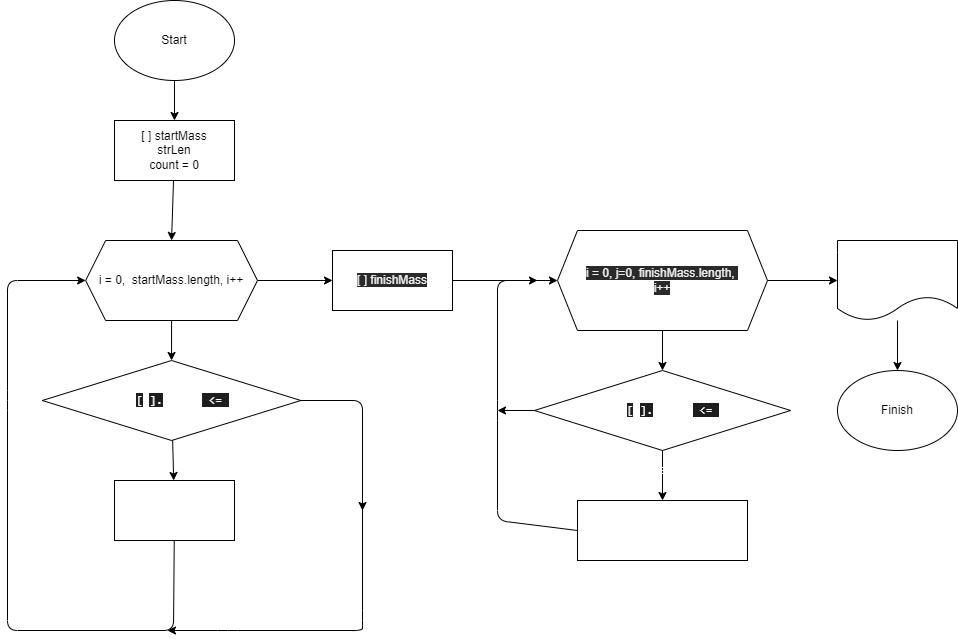
This is block_diagram.drawio.png from elenaElenaEle/Control, a draw.io export, as it was before one commit. Source tidied: cells renumbered, new cells last; positions are measured from the earlier drawing's top-left corner, leaving out a move shared by most shapes.
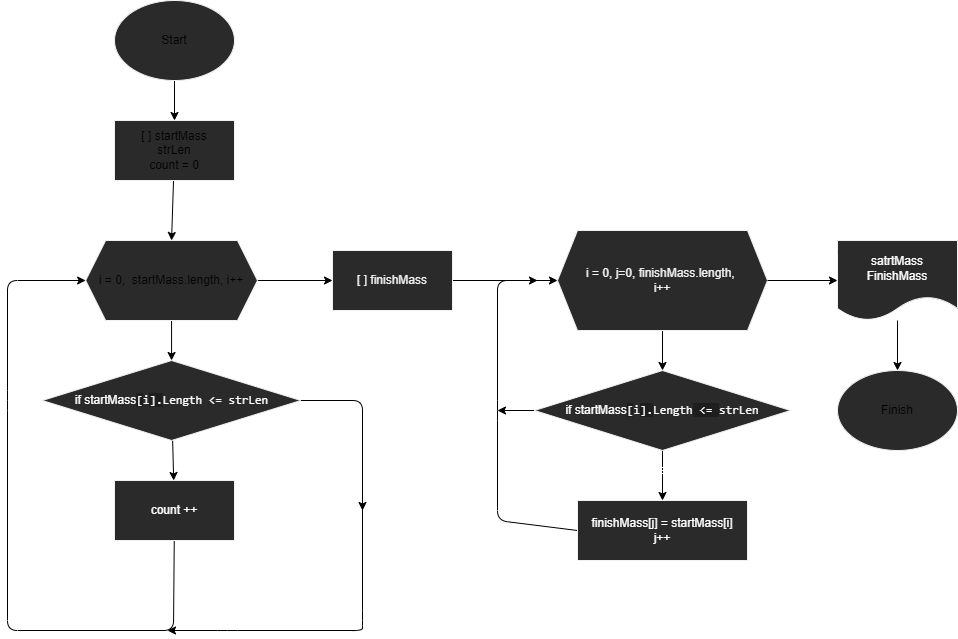
After the commit.

Commit message:
Change color font blok-diagram

Change to the diagram source:
```diff
@@ -5,16 +5,16 @@
     <mxCell id="2" style="edgeStyle=none;html=1;entryX=0.5;entryY=0;entryDx=0;entryDy=0;fontSize=12;fontColor=#FFFFFF;" parent="1" edge="1" source="3" target="6">
       <mxGeometry relative="1" as="geometry" />
     </mxCell>
-    <mxCell id="3" value="Start" style="ellipse;whiteSpace=wrap;html=1;" parent="1" vertex="1">
+    <mxCell id="3" value="Start" style="ellipse;whiteSpace=wrap;html=1;fillColor=#2A2A2A;strokeColor=#F0F0F0;" parent="1" vertex="1">
       <mxGeometry x="107" width="120" height="80" as="geometry" />
     </mxCell>
-    <mxCell id="4" value="Finish" style="ellipse;whiteSpace=wrap;html=1;" parent="1" vertex="1">
+    <mxCell id="4" value="Finish" style="ellipse;whiteSpace=wrap;html=1;fillColor=#2A2A2A;strokeColor=#F0F0F0;" parent="1" vertex="1">
       <mxGeometry x="830" y="370" width="120" height="80" as="geometry" />
     </mxCell>
     <mxCell id="5" style="edgeStyle=none;html=1;entryX=0.5;entryY=0;entryDx=0;entryDy=0;fontSize=12;fontColor=#FFFFFF;" parent="1" edge="1" source="6" target="9">
       <mxGeometry relative="1" as="geometry" />
     </mxCell>
-    <mxCell id="6" value="[ ] startMass&lt;br&gt;strLen&lt;br&gt;count = 0" style="rounded=0;whiteSpace=wrap;html=1;" parent="1" vertex="1">
+    <mxCell id="6" value="[ ] startMass&lt;br&gt;strLen&lt;br&gt;count = 0" style="rounded=0;whiteSpace=wrap;html=1;fillColor=#2A2A2A;strokeColor=#F0F0F0;" parent="1" vertex="1">
       <mxGeometry x="107" y="120" width="120" height="60" as="geometry" />
     </mxCell>
     <mxCell id="7" style="edgeStyle=none;html=1;entryX=0.5;entryY=0;entryDx=0;entryDy=0;fontSize=12;fontColor=#FFFFFF;" parent="1" edge="1" source="9" target="11">
@@ -23,13 +23,13 @@
     <mxCell id="8" style="edgeStyle=none;html=1;fontFamily=Helvetica;fontSize=12;fontColor=#FFFFFF;" parent="1" edge="1" source="9" target="21">
       <mxGeometry relative="1" as="geometry" />
     </mxCell>
-    <mxCell id="9" value="i = 0,&amp;nbsp; startMass.length, i++" style="shape=hexagon;perimeter=hexagonPerimeter2;whiteSpace=wrap;html=1;fixedSize=1;" parent="1" vertex="1">
+    <mxCell id="9" value="i = 0,&amp;nbsp; startMass.length, i++" style="shape=hexagon;perimeter=hexagonPerimeter2;whiteSpace=wrap;html=1;fixedSize=1;strokeColor=#F0F0F0;fillColor=#2A2A2A;" parent="1" vertex="1">
       <mxGeometry x="78.1" y="240" width="171.9" height="80" as="geometry" />
     </mxCell>
     <mxCell id="10" style="edgeStyle=none;html=1;fontSize=12;fontColor=#FFFFFF;" parent="1" edge="1" source="11" target="13">
       <mxGeometry relative="1" as="geometry" />
     </mxCell>
-    <mxCell id="11" value="&lt;font style=&quot;font-size: 12px&quot; color=&quot;#ffffff&quot;&gt;if startMass&lt;span style=&quot;background-color: rgb(30 , 30 , 30) ; font-family: &amp;#34;consolas&amp;#34; , &amp;#34;courier new&amp;#34; , monospace&quot;&gt;[&lt;/span&gt;&lt;span style=&quot;font-family: &amp;#34;consolas&amp;#34; , &amp;#34;courier new&amp;#34; , monospace&quot;&gt;i&lt;/span&gt;&lt;span style=&quot;background-color: rgb(30 , 30 , 30) ; font-family: &amp;#34;consolas&amp;#34; , &amp;#34;courier new&amp;#34; , monospace&quot;&gt;]&lt;/span&gt;&lt;span style=&quot;background-color: rgb(30 , 30 , 30) ; font-family: &amp;#34;consolas&amp;#34; , &amp;#34;courier new&amp;#34; , monospace&quot;&gt;.&lt;/span&gt;&lt;span style=&quot;font-family: &amp;#34;consolas&amp;#34; , &amp;#34;courier new&amp;#34; , monospace&quot;&gt;Length&lt;/span&gt;&lt;span style=&quot;background-color: rgb(30 , 30 , 30) ; font-family: &amp;#34;consolas&amp;#34; , &amp;#34;courier new&amp;#34; , monospace&quot;&gt; &lt;/span&gt;&lt;span style=&quot;background-color: rgb(30 , 30 , 30) ; font-family: &amp;#34;consolas&amp;#34; , &amp;#34;courier new&amp;#34; , monospace&quot;&gt;&amp;lt;=&lt;/span&gt;&lt;span style=&quot;background-color: rgb(30 , 30 , 30) ; font-family: &amp;#34;consolas&amp;#34; , &amp;#34;courier new&amp;#34; , monospace&quot;&gt; &lt;/span&gt;&lt;span style=&quot;font-family: &amp;#34;consolas&amp;#34; , &amp;#34;courier new&amp;#34; , monospace&quot;&gt;strLen&lt;/span&gt;&lt;/font&gt;" style="rhombus;whiteSpace=wrap;html=1;" parent="1" vertex="1">
+    <mxCell id="11" value="&lt;font style=&quot;font-size: 12px&quot; color=&quot;#ffffff&quot;&gt;if startMass&lt;span style=&quot;background-color: rgb(30 , 30 , 30) ; font-family: &amp;#34;consolas&amp;#34; , &amp;#34;courier new&amp;#34; , monospace&quot;&gt;[&lt;/span&gt;&lt;span style=&quot;font-family: &amp;#34;consolas&amp;#34; , &amp;#34;courier new&amp;#34; , monospace&quot;&gt;i&lt;/span&gt;&lt;span style=&quot;background-color: rgb(30 , 30 , 30) ; font-family: &amp;#34;consolas&amp;#34; , &amp;#34;courier new&amp;#34; , monospace&quot;&gt;]&lt;/span&gt;&lt;span style=&quot;background-color: rgb(30 , 30 , 30) ; font-family: &amp;#34;consolas&amp;#34; , &amp;#34;courier new&amp;#34; , monospace&quot;&gt;.&lt;/span&gt;&lt;span style=&quot;font-family: &amp;#34;consolas&amp;#34; , &amp;#34;courier new&amp;#34; , monospace&quot;&gt;Length &amp;lt;= strLen&lt;/span&gt;&lt;/font&gt;" style="rhombus;whiteSpace=wrap;html=1;strokeColor=#F0F0F0;fillColor=#2A2A2A;" parent="1" vertex="1">
       <mxGeometry x="34.8" y="360" width="258.6" height="80" as="geometry" />
     </mxCell>
     <mxCell id="12" style="edgeStyle=none;html=1;entryX=0;entryY=0.5;entryDx=0;entryDy=0;fontFamily=Helvetica;fontSize=12;fontColor=#FFFFFF;" parent="1" edge="1" source="13" target="9">
@@ -42,7 +42,7 @@
         </Array>
       </mxGeometry>
     </mxCell>
-    <mxCell id="13" value="count ++" style="rounded=0;whiteSpace=wrap;html=1;fontSize=12;fontColor=#FFFFFF;" parent="1" vertex="1">
+    <mxCell id="13" value="count ++" style="rounded=0;whiteSpace=wrap;html=1;fontSize=12;fontColor=#FFFFFF;fillColor=#2A2A2A;strokeColor=#F0F0F0;" parent="1" vertex="1">
       <mxGeometry x="107" y="480" width="120" height="60" as="geometry" />
     </mxCell>
     <mxCell id="14" value="yes" style="text;html=1;align=center;verticalAlign=middle;strokeColor=none;fillColor=none;fontSize=12;fontColor=#FFFFFF;" parent="1" vertex="1">
@@ -73,13 +73,13 @@
     <mxCell id="18" style="edgeStyle=none;html=1;fontFamily=Helvetica;fontSize=12;fontColor=#FFFFFF;" parent="1" edge="1" source="19" target="24">
       <mxGeometry relative="1" as="geometry" />
     </mxCell>
-    <mxCell id="19" value="&lt;span style=&quot;color: rgb(240 , 240 , 240) ; font-family: &amp;#34;helvetica&amp;#34; ; font-size: 12px ; font-style: normal ; font-weight: 400 ; letter-spacing: normal ; text-align: center ; text-indent: 0px ; text-transform: none ; word-spacing: 0px ; background-color: rgb(42 , 42 , 42) ; display: inline ; float: none&quot;&gt;i = 0, j=0, finishMass.length, &lt;br&gt;i++&lt;/span&gt;" style="shape=hexagon;perimeter=hexagonPerimeter2;whiteSpace=wrap;html=1;fixedSize=1;fontFamily=Helvetica;fontSize=12;fontColor=#FFFFFF;" parent="1" vertex="1">
+    <mxCell id="19" value="&lt;span style=&quot;color: rgb(240 , 240 , 240) ; font-family: &amp;#34;helvetica&amp;#34; ; font-size: 12px ; font-style: normal ; font-weight: 400 ; letter-spacing: normal ; text-align: center ; text-indent: 0px ; text-transform: none ; word-spacing: 0px ; background-color: rgb(42 , 42 , 42) ; display: inline ; float: none&quot;&gt;i = 0, j=0, finishMass.length, &lt;br&gt;i++&lt;/span&gt;" style="shape=hexagon;perimeter=hexagonPerimeter2;whiteSpace=wrap;html=1;fixedSize=1;fontFamily=Helvetica;fontSize=12;fontColor=#FFFFFF;fillColor=#2A2A2A;strokeColor=#F0F0F0;" parent="1" vertex="1">
       <mxGeometry x="550" y="230" width="210" height="100" as="geometry" />
     </mxCell>
     <mxCell id="20" style="edgeStyle=none;html=1;fontFamily=Helvetica;fontSize=12;fontColor=#FFFFFF;" parent="1" edge="1" source="21" target="19">
       <mxGeometry relative="1" as="geometry" />
     </mxCell>
-    <mxCell id="21" value="&lt;span style=&quot;color: rgb(240 , 240 , 240) ; font-family: &amp;#34;helvetica&amp;#34; ; font-size: 12px ; font-style: normal ; font-weight: 400 ; letter-spacing: normal ; text-align: center ; text-indent: 0px ; text-transform: none ; word-spacing: 0px ; background-color: rgb(42 , 42 , 42) ; display: inline ; float: none&quot;&gt;[ ] finishMass&lt;/span&gt;" style="rounded=0;whiteSpace=wrap;html=1;fontFamily=Helvetica;fontSize=12;fontColor=#FFFFFF;" parent="1" vertex="1">
+    <mxCell id="21" value="&lt;span style=&quot;color: rgb(240 , 240 , 240) ; font-family: &amp;#34;helvetica&amp;#34; ; font-size: 12px ; font-style: normal ; font-weight: 400 ; letter-spacing: normal ; text-align: center ; text-indent: 0px ; text-transform: none ; word-spacing: 0px ; background-color: rgb(42 , 42 , 42) ; display: inline ; float: none&quot;&gt;[ ] finishMass&lt;/span&gt;" style="rounded=0;whiteSpace=wrap;html=1;fontFamily=Helvetica;fontSize=12;strokeColor=#F0F0F0;fillColor=#2A2A2A;" parent="1" vertex="1">
       <mxGeometry x="325" y="250" width="120" height="60" as="geometry" />
     </mxCell>
     <mxCell id="22" style="edgeStyle=none;html=1;fontFamily=Helvetica;fontSize=12;fontColor=#FFFFFF;entryX=0.5;entryY=0;entryDx=0;entryDy=0;" parent="1" edge="1" source="24" target="27">
@@ -90,7 +90,7 @@
         <mxPoint x="490" y="410" as="targetPoint" />
       </mxGeometry>
     </mxCell>
-    <mxCell id="24" value="&lt;font style=&quot;font-size: 12px&quot; color=&quot;#ffffff&quot;&gt;if startMass&lt;span style=&quot;background-color: rgb(30 , 30 , 30) ; font-family: &amp;#34;consolas&amp;#34; , &amp;#34;courier new&amp;#34; , monospace&quot;&gt;[&lt;/span&gt;&lt;span style=&quot;font-family: &amp;#34;consolas&amp;#34; , &amp;#34;courier new&amp;#34; , monospace&quot;&gt;i&lt;/span&gt;&lt;span style=&quot;background-color: rgb(30 , 30 , 30) ; font-family: &amp;#34;consolas&amp;#34; , &amp;#34;courier new&amp;#34; , monospace&quot;&gt;]&lt;/span&gt;&lt;span style=&quot;background-color: rgb(30 , 30 , 30) ; font-family: &amp;#34;consolas&amp;#34; , &amp;#34;courier new&amp;#34; , monospace&quot;&gt;.&lt;/span&gt;&lt;span style=&quot;font-family: &amp;#34;consolas&amp;#34; , &amp;#34;courier new&amp;#34; , monospace&quot;&gt;Length&lt;/span&gt;&lt;span style=&quot;background-color: rgb(30 , 30 , 30) ; font-family: &amp;#34;consolas&amp;#34; , &amp;#34;courier new&amp;#34; , monospace&quot;&gt; &lt;/span&gt;&lt;span style=&quot;background-color: rgb(30 , 30 , 30) ; font-family: &amp;#34;consolas&amp;#34; , &amp;#34;courier new&amp;#34; , monospace&quot;&gt;&amp;lt;=&lt;/span&gt;&lt;span style=&quot;background-color: rgb(30 , 30 , 30) ; font-family: &amp;#34;consolas&amp;#34; , &amp;#34;courier new&amp;#34; , monospace&quot;&gt; &lt;/span&gt;&lt;span style=&quot;font-family: &amp;#34;consolas&amp;#34; , &amp;#34;courier new&amp;#34; , monospace&quot;&gt;strLen&lt;/span&gt;&lt;/font&gt;" style="rhombus;whiteSpace=wrap;html=1;" parent="1" vertex="1">
+    <mxCell id="24" value="&lt;font style=&quot;font-size: 12px&quot; color=&quot;#ffffff&quot;&gt;if startMass&lt;span style=&quot;background-color: rgb(30 , 30 , 30) ; font-family: &amp;#34;consolas&amp;#34; , &amp;#34;courier new&amp;#34; , monospace&quot;&gt;[&lt;/span&gt;&lt;span style=&quot;font-family: &amp;#34;consolas&amp;#34; , &amp;#34;courier new&amp;#34; , monospace&quot;&gt;i&lt;/span&gt;&lt;span style=&quot;background-color: rgb(30 , 30 , 30) ; font-family: &amp;#34;consolas&amp;#34; , &amp;#34;courier new&amp;#34; , monospace&quot;&gt;]&lt;/span&gt;&lt;span style=&quot;background-color: rgb(30 , 30 , 30) ; font-family: &amp;#34;consolas&amp;#34; , &amp;#34;courier new&amp;#34; , monospace&quot;&gt;.&lt;/span&gt;&lt;span style=&quot;font-family: &amp;#34;consolas&amp;#34; , &amp;#34;courier new&amp;#34; , monospace&quot;&gt;Length&lt;/span&gt;&lt;span style=&quot;background-color: rgb(30 , 30 , 30) ; font-family: &amp;#34;consolas&amp;#34; , &amp;#34;courier new&amp;#34; , monospace&quot;&gt; &lt;/span&gt;&lt;span style=&quot;background-color: rgb(30 , 30 , 30) ; font-family: &amp;#34;consolas&amp;#34; , &amp;#34;courier new&amp;#34; , monospace&quot;&gt;&amp;lt;=&lt;/span&gt;&lt;span style=&quot;background-color: rgb(30 , 30 , 30) ; font-family: &amp;#34;consolas&amp;#34; , &amp;#34;courier new&amp;#34; , monospace&quot;&gt; &lt;/span&gt;&lt;span style=&quot;font-family: &amp;#34;consolas&amp;#34; , &amp;#34;courier new&amp;#34; , monospace&quot;&gt;strLen&lt;/span&gt;&lt;/font&gt;" style="rhombus;whiteSpace=wrap;html=1;fillColor=#2A2A2A;strokeColor=#F0F0F0;" parent="1" vertex="1">
       <mxGeometry x="526.9" y="370" width="256.2" height="80" as="geometry" />
     </mxCell>
     <mxCell id="25" style="edgeStyle=none;html=1;fontFamily=Helvetica;fontSize=12;fontColor=#FFFFFF;exitX=0;exitY=0.5;exitDx=0;exitDy=0;" parent="1" edge="1" source="27">
@@ -106,7 +106,7 @@
     <mxCell id="26" style="edgeStyle=none;html=1;fontFamily=Helvetica;fontSize=12;fontColor=#FFFFFF;exitX=1;exitY=0.5;exitDx=0;exitDy=0;" parent="1" edge="1" source="19" target="30">
       <mxGeometry relative="1" as="geometry" />
     </mxCell>
-    <mxCell id="27" value="finishMass[j] = startMass[i]&lt;br&gt;j++" style="rounded=0;whiteSpace=wrap;html=1;fontFamily=Helvetica;fontSize=12;fontColor=#FFFFFF;" parent="1" vertex="1">
+    <mxCell id="27" value="finishMass[j] = startMass[i]&lt;br&gt;j++" style="rounded=0;whiteSpace=wrap;html=1;fontFamily=Helvetica;fontSize=12;fontColor=#FFFFFF;fillColor=#2A2A2A;strokeColor=#F0F0F0;" parent="1" vertex="1">
       <mxGeometry x="570" y="500" width="170" height="60" as="geometry" />
     </mxCell>
     <mxCell id="28" value="yes" style="text;html=1;align=center;verticalAlign=middle;strokeColor=none;fillColor=none;fontSize=12;fontFamily=Helvetica;fontColor=#FFFFFF;" parent="1" vertex="1">
@@ -115,7 +115,7 @@
     <mxCell id="29" style="edgeStyle=none;html=1;fontFamily=Helvetica;fontSize=12;fontColor=#FFFFFF;entryX=0.5;entryY=0;entryDx=0;entryDy=0;" parent="1" edge="1" source="30" target="4">
       <mxGeometry relative="1" as="geometry" />
     </mxCell>
-    <mxCell id="30" value="satrtMass&lt;br&gt;FinishMass" style="shape=document;whiteSpace=wrap;html=1;boundedLbl=1;fontFamily=Helvetica;fontSize=12;fontColor=#FFFFFF;" parent="1" vertex="1">
+    <mxCell id="30" value="satrtMass&lt;br&gt;FinishMass" style="shape=document;whiteSpace=wrap;html=1;boundedLbl=1;fontFamily=Helvetica;fontSize=12;fontColor=#FFFFFF;fillColor=#2A2A2A;strokeColor=#F0F0F0;" parent="1" vertex="1">
       <mxGeometry x="830" y="240" width="120" height="80" as="geometry" />
     </mxCell>
     <mxCell id="31" value="no" style="text;html=1;align=center;verticalAlign=middle;strokeColor=none;fillColor=none;fontSize=12;fontFamily=Helvetica;fontColor=#FFFFFF;" parent="1" vertex="1">
```
